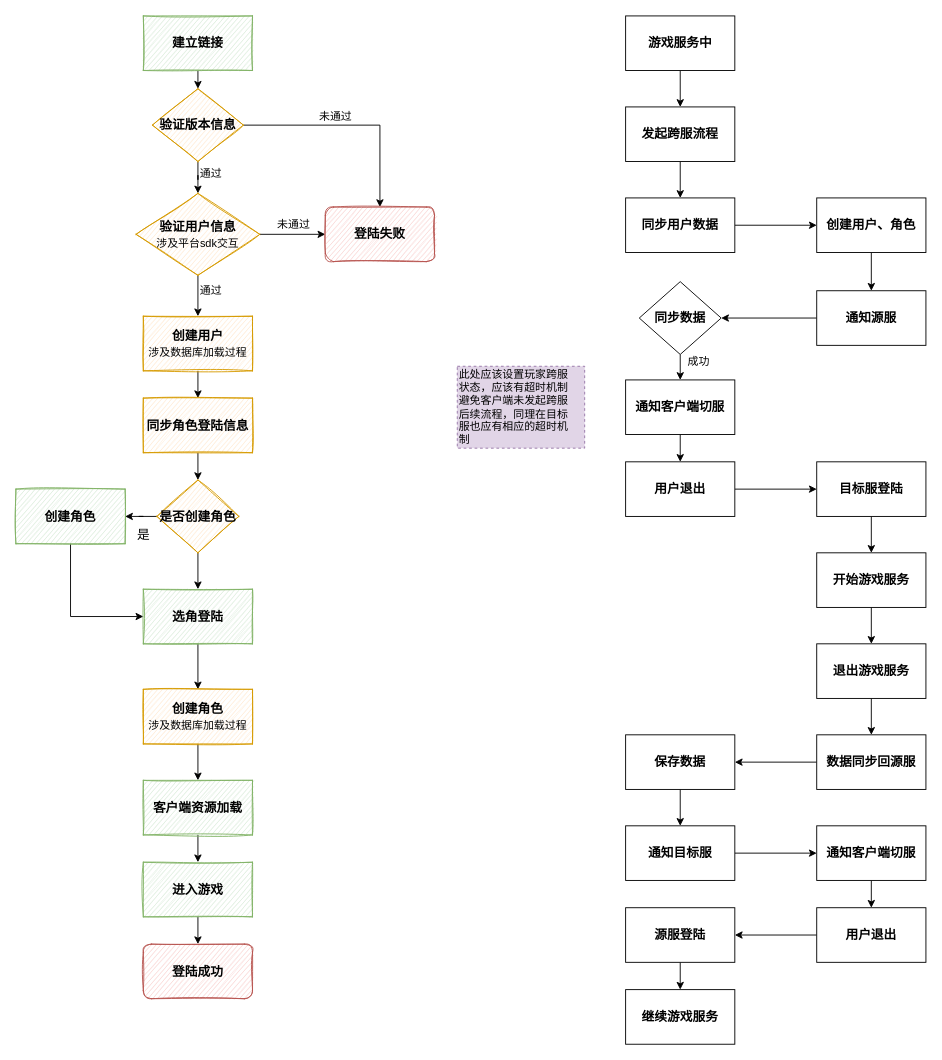
This is page "登陆逻辑图" (10 of 12) of i-server.drawio from hsoul/lqua, a draw.io file, before an edit. Source tidied: cells renumbered, new cells numbered last; positions are measured from the earlier drawing's top-left corner, leaving out a move shared by most shapes. Both pictures are drawn from the tidied source at 91%, with x=0, y=0 at pixel (15, 15).
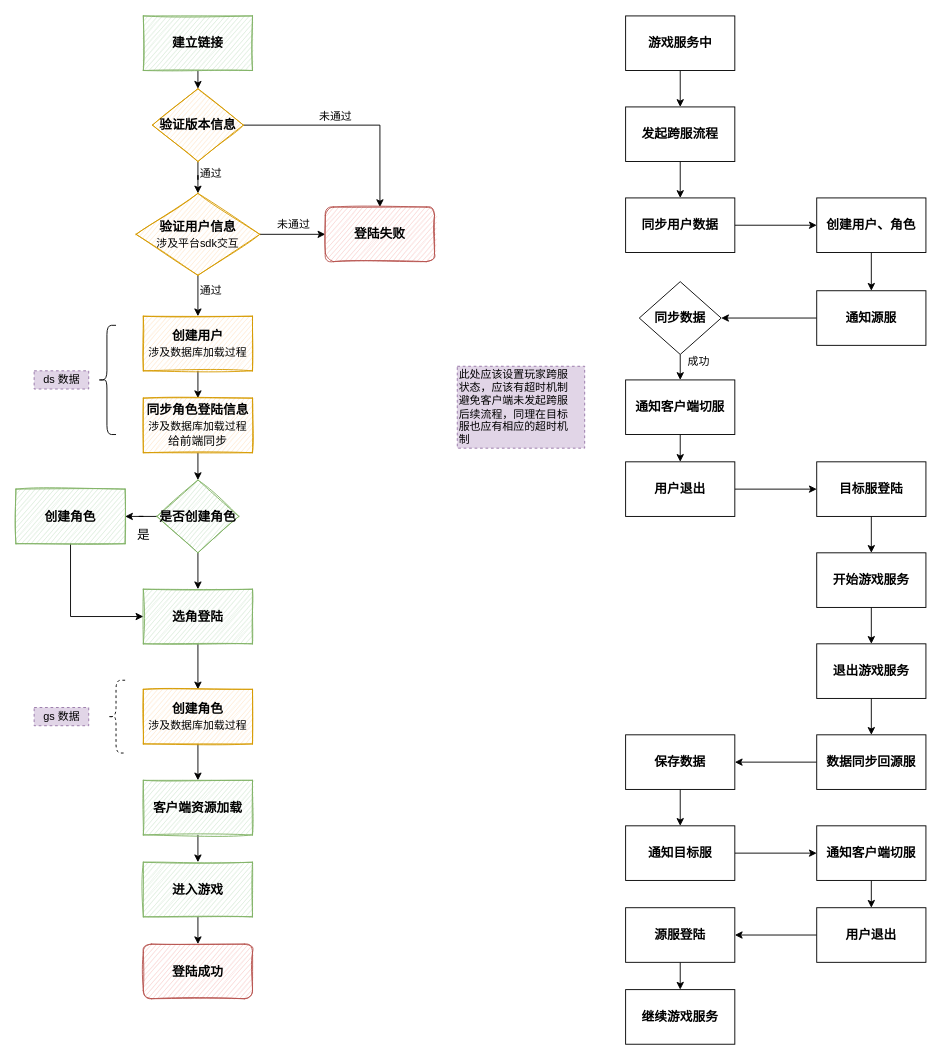
The same diagram, later.

Change to the diagram source:
```diff
@@
-    <mxCell id="10" value="是否创建角色" style="rhombus;whiteSpace=wrap;html=1;sketch=1;strokeColor=#d79b00;fontSize=14;fontStyle=1;fillColor=#ffe6cc;" parent="1" vertex="1">
+    <mxCell id="10" value="是否创建角色" style="rhombus;whiteSpace=wrap;html=1;sketch=1;strokeColor=#82b366;fontSize=14;fontStyle=1;fillColor=#d5e8d4;" parent="1" vertex="1">
       <mxGeometry x="155" y="510" width="90" height="80" as="geometry" />
     </mxCell>
@@
-    <mxCell id="14" value="同步角色登陆信息" style="rounded=0;whiteSpace=wrap;html=1;sketch=1;strokeColor=#d79b00;fontSize=14;fontStyle=1;fillColor=#ffe6cc;" parent="1" vertex="1">
+    <mxCell id="14" value="同步角色登陆信息&lt;br&gt;&lt;span style=&quot;font-size: 13px&quot;&gt;&lt;span style=&quot;font-weight: 400 ; font-size: 12px&quot;&gt;涉及数据库加载过程&lt;/span&gt;&lt;font style=&quot;font-size: 13px&quot;&gt;&lt;br&gt;&lt;/font&gt;&lt;/span&gt;&lt;font style=&quot;font-size: 13px ; font-weight: normal&quot;&gt;给前端同步&lt;/font&gt;" style="rounded=0;whiteSpace=wrap;html=1;sketch=1;strokeColor=#d79b00;fontSize=14;fontStyle=1;fillColor=#ffe6cc;" parent="1" vertex="1">
       <mxGeometry x="140" y="420" width="120" height="60" as="geometry" />
     </mxCell>
@@
+    <mxCell id="71" style="shape=curlyBracket;whiteSpace=wrap;html=1;rounded=1;" parent="1" vertex="1">
+      <mxGeometry x="90" y="340" width="20" height="120" as="geometry" />
+    </mxCell>
+    <mxCell id="72" value="ds 数据" style="text;html=1;align=center;verticalAlign=middle;strokeColor=#9673a6;dashed=1;fillColor=#e1d5e7;" parent="1" vertex="1">
+      <mxGeometry x="20" y="390" width="60" height="20" as="geometry" />
+    </mxCell>
+    <mxCell id="73" style="shape=curlyBracket;whiteSpace=wrap;html=1;rounded=1;dashed=1;strokeColor=#000000;size=0.5;" parent="1" vertex="1">
+      <mxGeometry x="100" y="730" width="20" height="80" as="geometry" />
+    </mxCell>
+    <mxCell id="74" value="gs 数据" style="text;html=1;align=center;verticalAlign=middle;strokeColor=#9673a6;dashed=1;fillColor=#e1d5e7;" parent="1" vertex="1">
+      <mxGeometry x="20" y="760" width="60" height="20" as="geometry" />
+    </mxCell>
```
